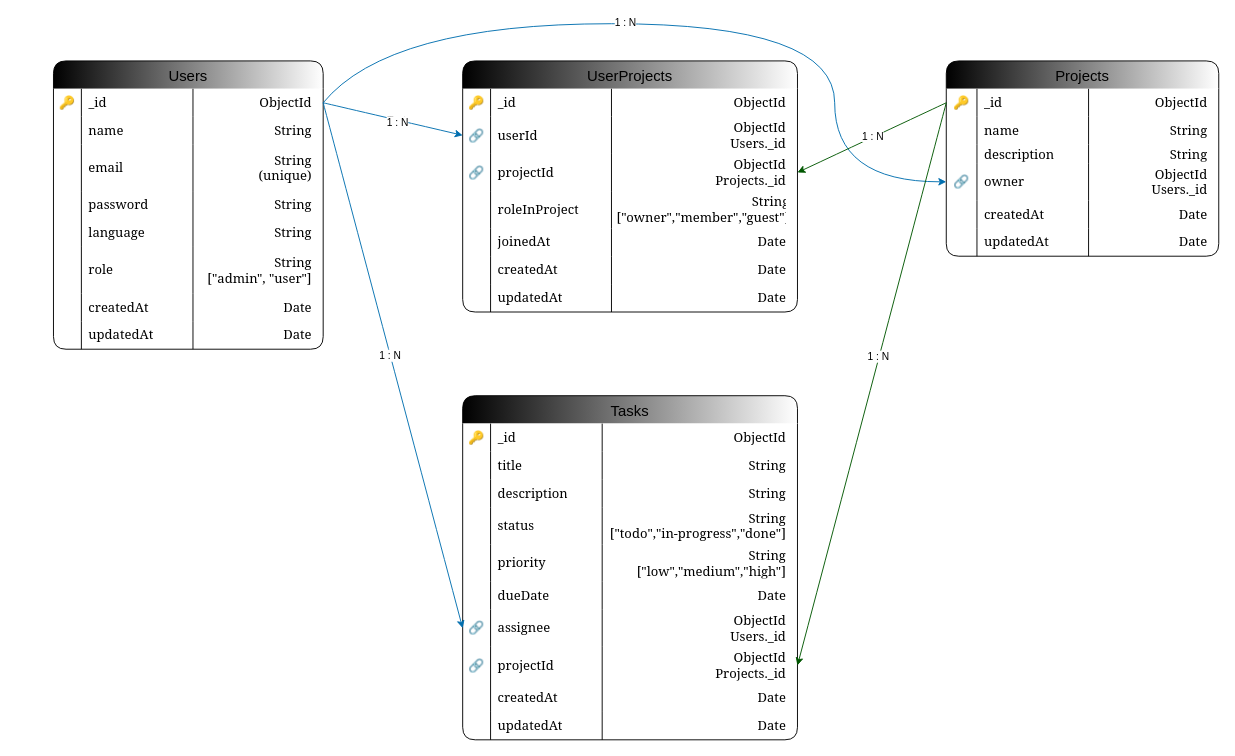
Earlier version of the draw.io diagram docs/diagrams/taskFlowDbModel.drawio (edwarcode18/TaskFlow). Source tidied: cells renumbered, new cells numbered last; positions are measured from the earlier drawing's top-left corner, leaving out a move shared by most shapes. Both pictures are drawn from the tidied source at 93%, with x=0, y=0 at pixel (53, 23).
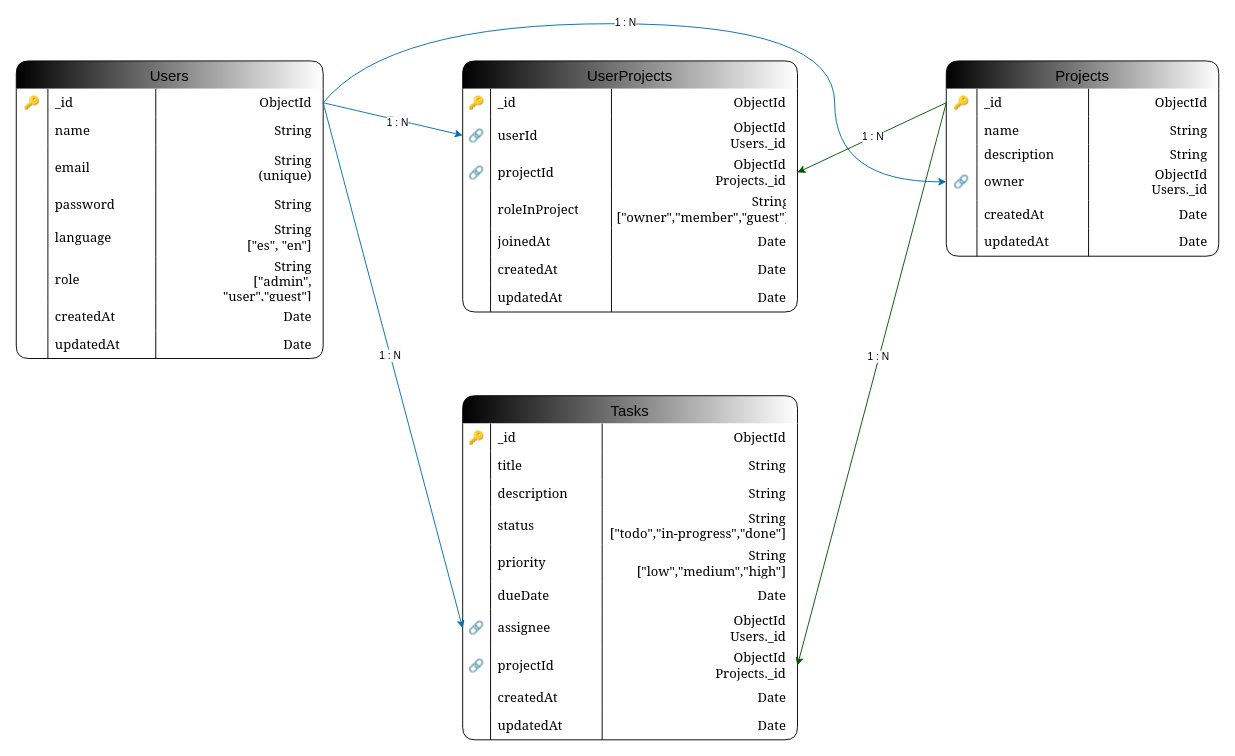
The same diagram, later.

What changed in the source:
```diff
@@
     <mxCell id="2" value="Users" style="shape=table;startSize=30;childLayout=tableLayout;rowLines=0;fontStyle=0;fontSize=16;swimlaneFillColor=default;gradientDirection=west;gradientColor=default;shadow=0;rounded=1;swimlaneLine=0;strokeColor=default;" parent="1" vertex="1">
-      <mxGeometry y="40" width="290" height="310" as="geometry" />
+      <mxGeometry x="-40" y="40" width="330" height="320" as="geometry" />
     </mxCell>
     <mxCell id="3" style="shape=tableRow;horizontal=0;startSize=0;swimlaneHead=0;swimlaneBody=0;top=0;left=0;bottom=0;right=0;fillColor=none;points=[[0,0.5],[1,0.5]];portConstraint=eastwest;strokeColor=inherit;fontSize=16;swimlaneLine=1;" parent="2" vertex="1">
-      <mxGeometry y="30" width="290" height="30" as="geometry" />
+      <mxGeometry y="30" width="330" height="30" as="geometry" />
     </mxCell>
     <mxCell id="4" value="🔑" style="shape=partialRectangle;fillColor=none;top=0;left=0;bottom=0;right=0;overflow=hidden;strokeColor=inherit;fontSize=14;whiteSpace=wrap;html=1;spacing=2;" parent="3" vertex="1">
-      <mxGeometry width="30" height="30" as="geometry" />
+      <mxGeometry width="34" height="30" as="geometry" />
     </mxCell>
     <mxCell id="5" value="_id" style="shape=partialRectangle;fillColor=none;top=0;left=0;bottom=0;right=0;align=left;spacingLeft=6;overflow=hidden;strokeColor=inherit;fontSize=14;whiteSpace=wrap;html=1;spacing=2;fontFamily=Georgia;" parent="3" vertex="1">
-      <mxGeometry x="30" width="120" height="30" as="geometry" />
+      <mxGeometry x="34" width="116" height="30" as="geometry" />
     </mxCell>
     <mxCell id="6" value="ObjectId" style="shape=partialRectangle;fillColor=none;top=0;left=0;bottom=0;right=0;align=right;spacingLeft=6;overflow=hidden;strokeColor=inherit;fontSize=14;spacingRight=10;whiteSpace=wrap;html=1;spacing=2;fontFamily=Georgia;" parent="3" vertex="1">
-      <mxGeometry x="150" width="140" height="30" as="geometry" />
+      <mxGeometry x="150" width="180" height="30" as="geometry" />
     </mxCell>
     <mxCell id="7" style="shape=tableRow;horizontal=0;startSize=0;swimlaneHead=0;swimlaneBody=0;top=0;left=0;bottom=0;right=0;fillColor=none;strokeColor=inherit;fontSize=16;" parent="2" vertex="1">
-      <mxGeometry y="60" width="290" height="30" as="geometry" />
+      <mxGeometry y="60" width="330" height="30" as="geometry" />
     </mxCell>
     <mxCell id="8" style="shape=partialRectangle;fillColor=none;top=0;left=0;bottom=0;right=0;overflow=hidden;strokeColor=inherit;fontSize=14;whiteSpace=wrap;html=1;spacing=2;" parent="7" vertex="1">
-      <mxGeometry width="30" height="30" as="geometry" />
+      <mxGeometry width="34" height="30" as="geometry" />
     </mxCell>
     <mxCell id="9" value="name" style="shape=partialRectangle;fillColor=none;top=0;left=0;bottom=0;right=0;align=left;spacingLeft=6;overflow=hidden;strokeColor=inherit;fontSize=14;swimlaneLine=1;whiteSpace=wrap;html=1;spacing=2;fontFamily=Georgia;" parent="7" vertex="1">
-      <mxGeometry x="30" width="120" height="30" as="geometry" />
+      <mxGeometry x="34" width="116" height="30" as="geometry" />
     </mxCell>
     <mxCell id="10" value="String" style="shape=partialRectangle;fillColor=none;top=0;left=0;bottom=0;right=0;align=right;spacingLeft=6;overflow=hidden;strokeColor=inherit;fontSize=14;swimlaneLine=1;spacingRight=10;whiteSpace=wrap;html=1;spacing=2;fontFamily=Georgia;" parent="7" vertex="1">
-      <mxGeometry x="150" width="140" height="30" as="geometry" />
+      <mxGeometry x="150" width="180" height="30" as="geometry" />
     </mxCell>
     <mxCell id="11" style="shape=tableRow;horizontal=0;startSize=0;swimlaneHead=0;swimlaneBody=0;top=0;left=0;bottom=0;right=0;fillColor=none;strokeColor=inherit;fontSize=16;" parent="2" vertex="1">
-      <mxGeometry y="90" width="290" height="50" as="geometry" />
+      <mxGeometry y="90" width="330" height="50" as="geometry" />
     </mxCell>
     <mxCell id="12" style="shape=partialRectangle;fillColor=none;top=0;left=0;bottom=0;right=0;overflow=hidden;strokeColor=inherit;fontSize=14;whiteSpace=wrap;html=1;spacing=2;" parent="11" vertex="1">
-      <mxGeometry width="30" height="50" as="geometry" />
+      <mxGeometry width="34" height="50" as="geometry" />
     </mxCell>
     <mxCell id="13" value="email" style="shape=partialRectangle;fillColor=none;top=0;left=0;bottom=0;right=0;align=left;spacingLeft=6;overflow=hidden;strokeColor=inherit;fontSize=14;swimlaneLine=1;whiteSpace=wrap;html=1;spacing=2;fontFamily=Georgia;" parent="11" vertex="1">
-      <mxGeometry x="30" width="120" height="50" as="geometry" />
+      <mxGeometry x="34" width="116" height="50" as="geometry" />
     </mxCell>
     <mxCell id="14" value="String&lt;div&gt;&amp;nbsp;(unique)&lt;/div&gt;" style="shape=partialRectangle;fillColor=none;top=0;left=0;bottom=0;right=0;align=right;spacingLeft=6;overflow=hidden;strokeColor=inherit;fontSize=14;swimlaneLine=1;spacingRight=10;whiteSpace=wrap;html=1;spacing=2;fontFamily=Georgia;" parent="11" vertex="1">
-      <mxGeometry x="150" width="140" height="50" as="geometry" />
+      <mxGeometry x="150" width="180" height="50" as="geometry" />
     </mxCell>
     <mxCell id="15" style="shape=tableRow;horizontal=0;startSize=0;swimlaneHead=0;swimlaneBody=0;top=0;left=0;bottom=0;right=0;fillColor=none;strokeColor=inherit;fontSize=16;" parent="2" vertex="1">
-      <mxGeometry y="140" width="290" height="30" as="geometry" />
+      <mxGeometry y="140" width="330" height="30" as="geometry" />
     </mxCell>
     <mxCell id="16" style="shape=partialRectangle;fillColor=none;top=0;left=0;bottom=0;right=0;overflow=hidden;strokeColor=inherit;fontSize=14;whiteSpace=wrap;html=1;spacing=2;" parent="15" vertex="1">
-      <mxGeometry width="30" height="30" as="geometry" />
+      <mxGeometry width="34" height="30" as="geometry" />
     </mxCell>
     <mxCell id="17" value="password" style="shape=partialRectangle;fillColor=none;top=0;left=0;bottom=0;right=0;align=left;spacingLeft=6;overflow=hidden;strokeColor=inherit;fontSize=14;swimlaneLine=1;whiteSpace=wrap;html=1;spacing=2;fontFamily=Georgia;" parent="15" vertex="1">
-      <mxGeometry x="30" width="120" height="30" as="geometry" />
+      <mxGeometry x="34" width="116" height="30" as="geometry" />
     </mxCell>
     <mxCell id="18" value="String" style="shape=partialRectangle;fillColor=none;top=0;left=0;bottom=0;right=0;align=right;spacingLeft=6;overflow=hidden;strokeColor=inherit;fontSize=14;swimlaneLine=1;spacingRight=10;whiteSpace=wrap;html=1;spacing=2;fontFamily=Georgia;" parent="15" vertex="1">
-      <mxGeometry x="150" width="140" height="30" as="geometry" />
+      <mxGeometry x="150" width="180" height="30" as="geometry" />
     </mxCell>
     <mxCell id="19" style="shape=tableRow;horizontal=0;startSize=0;swimlaneHead=0;swimlaneBody=0;top=0;left=0;bottom=0;right=0;fillColor=none;strokeColor=inherit;fontSize=16;" parent="2" vertex="1">
-      <mxGeometry y="170" width="290" height="30" as="geometry" />
+      <mxGeometry y="170" width="330" height="40" as="geometry" />
     </mxCell>
     <mxCell id="20" style="shape=partialRectangle;fillColor=none;top=0;left=0;bottom=0;right=0;overflow=hidden;strokeColor=inherit;fontSize=14;whiteSpace=wrap;html=1;spacing=2;" parent="19" vertex="1">
-      <mxGeometry width="30" height="30" as="geometry" />
+      <mxGeometry width="34" height="40" as="geometry" />
     </mxCell>
     <mxCell id="21" value="language" style="shape=partialRectangle;fillColor=none;top=0;left=0;bottom=0;right=0;align=left;spacingLeft=6;overflow=hidden;strokeColor=inherit;fontSize=14;swimlaneLine=1;whiteSpace=wrap;html=1;spacing=2;fontFamily=Georgia;" parent="19" vertex="1">
-      <mxGeometry x="30" width="120" height="30" as="geometry" />
+      <mxGeometry x="34" width="116" height="40" as="geometry" />
     </mxCell>
-    <mxCell id="22" value="String" style="shape=partialRectangle;fillColor=none;top=0;left=0;bottom=0;right=0;align=right;spacingLeft=6;overflow=hidden;strokeColor=inherit;fontSize=14;swimlaneLine=1;spacingRight=10;whiteSpace=wrap;html=1;spacing=2;fontFamily=Georgia;" parent="19" vertex="1">
-      <mxGeometry x="150" width="140" height="30" as="geometry" />
+    <mxCell id="22" value="String&lt;div&gt;[&quot;es&quot;, &quot;en&quot;]&lt;/div&gt;" style="shape=partialRectangle;fillColor=none;top=0;left=0;bottom=0;right=0;align=right;spacingLeft=6;overflow=hidden;strokeColor=inherit;fontSize=14;swimlaneLine=1;spacingRight=10;whiteSpace=wrap;html=1;spacing=2;fontFamily=Georgia;" parent="19" vertex="1">
+      <mxGeometry x="150" width="180" height="40" as="geometry" />
     </mxCell>
     <mxCell id="23" style="shape=tableRow;horizontal=0;startSize=0;swimlaneHead=0;swimlaneBody=0;top=0;left=0;bottom=0;right=0;fillColor=none;strokeColor=inherit;fontSize=16;" parent="2" vertex="1">
-      <mxGeometry y="200" width="290" height="50" as="geometry" />
+      <mxGeometry y="210" width="330" height="50" as="geometry" />
     </mxCell>
     <mxCell id="24" style="shape=partialRectangle;fillColor=none;top=0;left=0;bottom=0;right=0;overflow=hidden;strokeColor=inherit;fontSize=14;whiteSpace=wrap;html=1;spacing=2;" parent="23" vertex="1">
-      <mxGeometry width="30" height="50" as="geometry" />
+      <mxGeometry width="34" height="50" as="geometry" />
     </mxCell>
     <mxCell id="25" value="role" style="shape=partialRectangle;fillColor=none;top=0;left=0;bottom=0;right=0;align=left;spacingLeft=6;overflow=hidden;strokeColor=inherit;fontSize=14;swimlaneLine=1;whiteSpace=wrap;html=1;spacing=2;fontFamily=Georgia;" parent="23" vertex="1">
-      <mxGeometry x="30" width="120" height="50" as="geometry" />
+      <mxGeometry x="34" width="116" height="50" as="geometry" />
     </mxCell>
-    <mxCell id="26" value="String&lt;div&gt;&amp;nbsp;[&quot;admin&quot;, &quot;user&quot;]&lt;/div&gt;" style="shape=partialRectangle;fillColor=none;top=0;left=0;bottom=0;right=0;align=right;spacingLeft=6;overflow=hidden;strokeColor=inherit;fontSize=14;swimlaneLine=1;spacingRight=10;whiteSpace=wrap;html=1;spacing=2;fontFamily=Georgia;" parent="23" vertex="1">
-      <mxGeometry x="150" width="140" height="50" as="geometry" />
+    <mxCell id="26" value="String&lt;div&gt;&amp;nbsp;[&quot;admin&quot;, &quot;user&quot;,&quot;guest&quot;]&lt;/div&gt;" style="shape=partialRectangle;fillColor=none;top=0;left=0;bottom=0;right=0;align=right;spacingLeft=6;overflow=hidden;strokeColor=inherit;fontSize=14;swimlaneLine=1;spacingRight=10;whiteSpace=wrap;html=1;spacing=2;fontFamily=Georgia;" parent="23" vertex="1">
+      <mxGeometry x="150" width="180" height="50" as="geometry" />
     </mxCell>
     <mxCell id="27" style="shape=tableRow;horizontal=0;startSize=0;swimlaneHead=0;swimlaneBody=0;top=0;left=0;bottom=0;right=0;fillColor=none;strokeColor=inherit;fontSize=16;" parent="2" vertex="1">
-      <mxGeometry y="250" width="290" height="30" as="geometry" />
+      <mxGeometry y="260" width="330" height="30" as="geometry" />
     </mxCell>
     <mxCell id="28" style="shape=partialRectangle;fillColor=none;top=0;left=0;bottom=0;right=0;overflow=hidden;strokeColor=inherit;fontSize=14;whiteSpace=wrap;html=1;spacing=2;" parent="27" vertex="1">
-      <mxGeometry width="30" height="30" as="geometry" />
+      <mxGeometry width="34" height="30" as="geometry" />
     </mxCell>
     <mxCell id="29" value="createdAt" style="shape=partialRectangle;fillColor=none;top=0;left=0;bottom=0;right=0;align=left;spacingLeft=6;overflow=hidden;strokeColor=inherit;fontSize=14;swimlaneLine=1;whiteSpace=wrap;html=1;spacing=2;fontFamily=Georgia;" parent="27" vertex="1">
-      <mxGeometry x="30" width="120" height="30" as="geometry" />
+      <mxGeometry x="34" width="116" height="30" as="geometry" />
     </mxCell>
     <mxCell id="30" value="Date" style="shape=partialRectangle;fillColor=none;top=0;left=0;bottom=0;right=0;align=right;spacingLeft=6;overflow=hidden;strokeColor=inherit;fontSize=14;swimlaneLine=1;spacingRight=10;whiteSpace=wrap;html=1;spacing=2;fontFamily=Georgia;" parent="27" vertex="1">
-      <mxGeometry x="150" width="140" height="30" as="geometry" />
+      <mxGeometry x="150" width="180" height="30" as="geometry" />
     </mxCell>
     <mxCell id="31" style="shape=tableRow;horizontal=0;startSize=0;swimlaneHead=0;swimlaneBody=0;top=0;left=0;bottom=0;right=0;fillColor=none;strokeColor=inherit;fontSize=16;" parent="2" vertex="1">
-      <mxGeometry y="280" width="290" height="30" as="geometry" />
+      <mxGeometry y="290" width="330" height="30" as="geometry" />
     </mxCell>
     <mxCell id="32" style="shape=partialRectangle;fillColor=none;top=0;left=0;bottom=0;right=0;overflow=hidden;strokeColor=inherit;fontSize=14;whiteSpace=wrap;html=1;spacing=2;" parent="31" vertex="1">
-      <mxGeometry width="30" height="30" as="geometry" />
+      <mxGeometry width="34" height="30" as="geometry" />
     </mxCell>
     <mxCell id="33" value="updatedAt" style="shape=partialRectangle;fillColor=none;top=0;left=0;bottom=0;right=0;align=left;spacingLeft=6;overflow=hidden;strokeColor=inherit;fontSize=14;swimlaneLine=1;whiteSpace=wrap;html=1;spacing=2;fontFamily=Georgia;" parent="31" vertex="1">
-      <mxGeometry x="30" width="120" height="30" as="geometry" />
+      <mxGeometry x="34" width="116" height="30" as="geometry" />
     </mxCell>
     <mxCell id="34" value="Date" style="shape=partialRectangle;fillColor=none;top=0;left=0;bottom=0;right=0;align=right;spacingLeft=6;overflow=hidden;strokeColor=inherit;fontSize=14;swimlaneLine=1;spacingRight=10;whiteSpace=wrap;html=1;spacing=2;fontFamily=Georgia;" parent="31" vertex="1">
-      <mxGeometry x="150" width="140" height="30" as="geometry" />
+      <mxGeometry x="150" width="180" height="30" as="geometry" />
     </mxCell>
```
